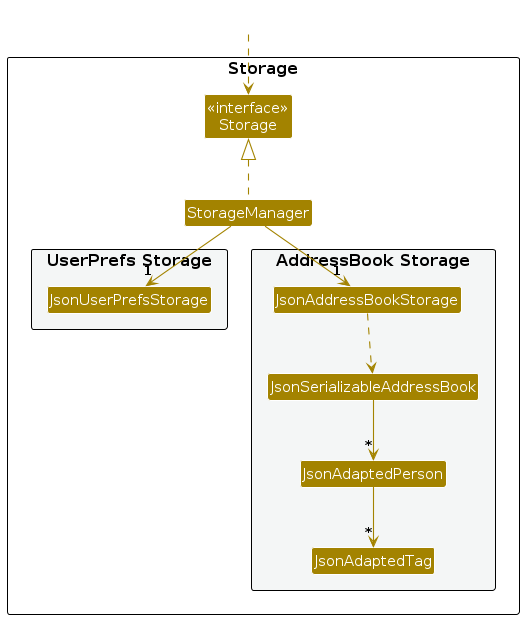
Before: diagrams/StorageClassDiagram.png, a diagram exported from PlantUML (AY2627S1-CS2103T-T09-3/tp). Its source is kept beside it as diagrams/StorageClassDiagram.puml.
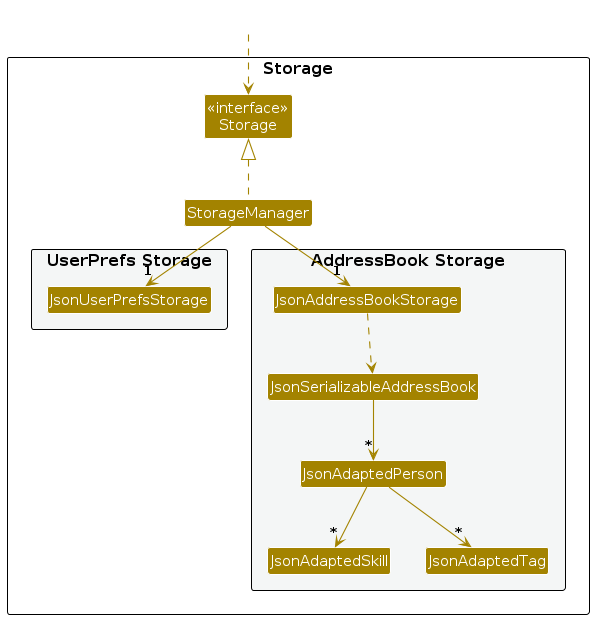
Above is the later version.

Diff of the diagram source:
```diff
@@ -17,6 +17,7 @@
 Class JsonAddressBookStorage
 Class JsonSerializableAddressBook
 Class JsonAdaptedPerson
+Class JsonAdaptedSkill
 Class JsonAdaptedTag
 }
 
@@ -32,5 +33,6 @@
 JsonAddressBookStorage ..> JsonSerializableAddressBook
 JsonSerializableAddressBook --> "*" JsonAdaptedPerson
 JsonAdaptedPerson --> "*" JsonAdaptedTag
+JsonAdaptedPerson --> "*" JsonAdaptedSkill
 
 @enduml
```
